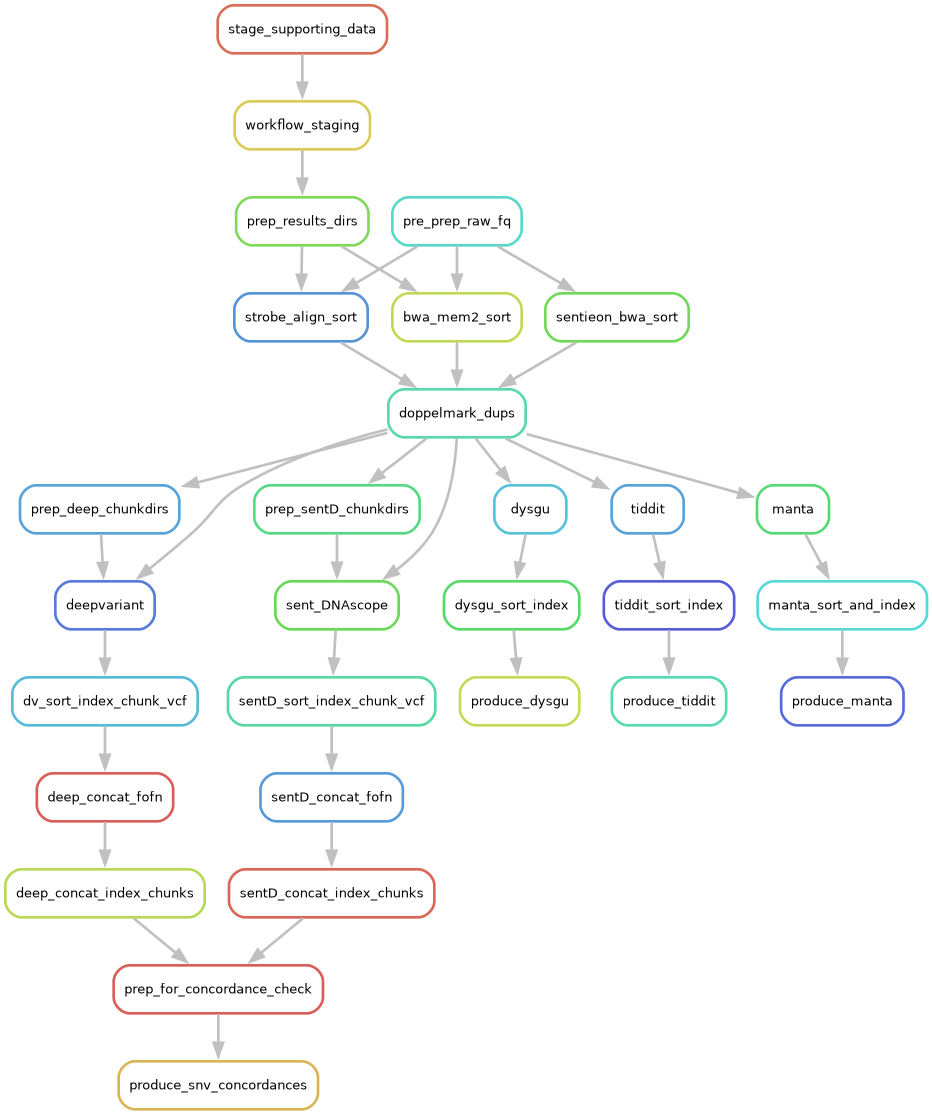
Daylily-Informatics/daylily keeps this Graphviz diagram as rule_dag.png. Above is the earlier version. Its source is kept beside it as rule_dag.dot.
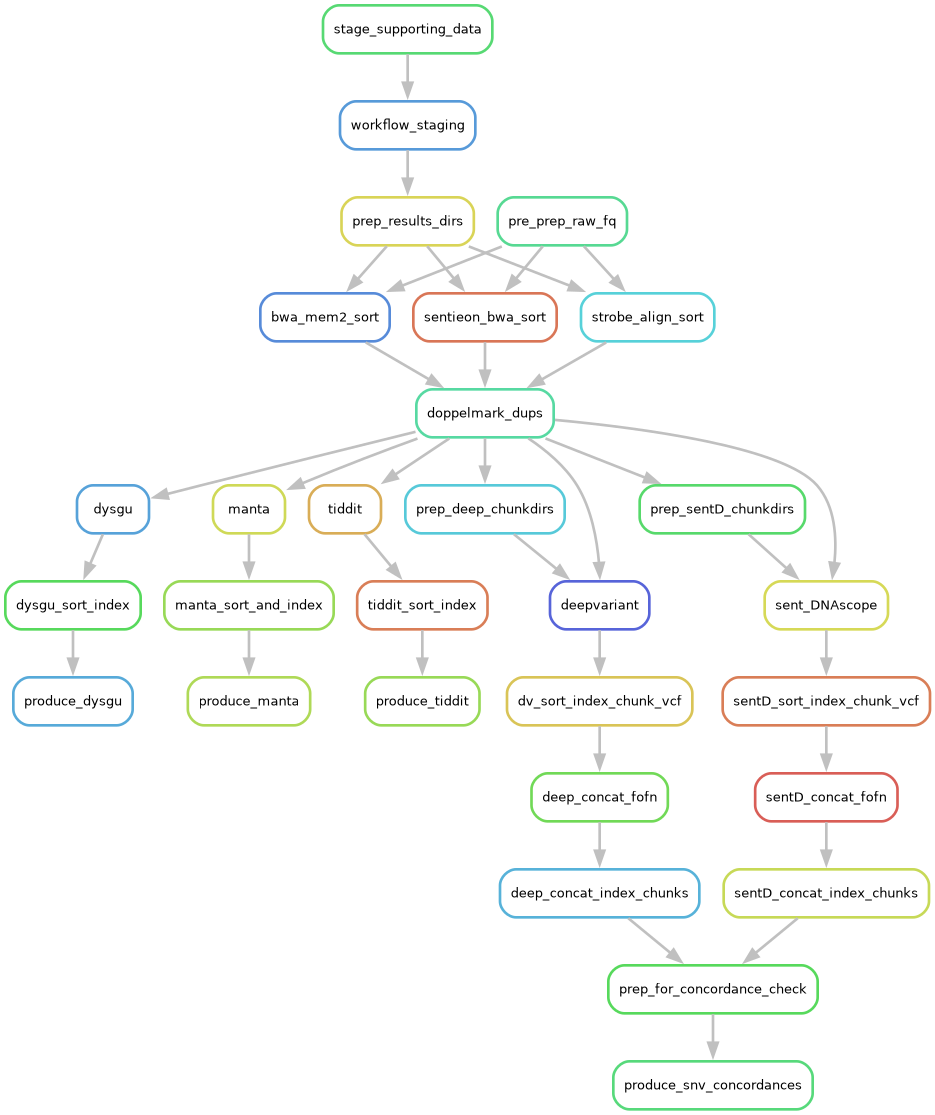
Above is the later version.

Diff of the diagram source:
```diff
@@ -2,67 +2,68 @@
     graph[bgcolor=white, margin=0];
     node[shape=box, style=rounded, fontname=sans,                 fontsize=10, penwidth=2];
     edge[penwidth=2, color=grey];
-	0[label = "produce_snv_concordances", color = "0.12 0.6 0.85", style="rounded"];
-	1[label = "prep_for_concordance_check", color = "0.01 0.6 0.85", style="rounded"];
-	2[label = "deep_concat_index_chunks", color = "0.21 0.6 0.85", style="rounded"];
-	3[label = "deep_concat_fofn", color = "0.01 0.6 0.85", style="rounded"];
-	4[label = "dv_sort_index_chunk_vcf", color = "0.54 0.6 0.85", style="rounded"];
-	5[label = "deepvariant", color = "0.62 0.6 0.85", style="rounded"];
-	6[label = "doppelmark_dups", color = "0.44 0.6 0.85", style="rounded"];
-	7[label = "bwa_mem2_sort", color = "0.20 0.6 0.85", style="rounded"];
-	8[label = "prep_results_dirs", color = "0.28 0.6 0.85", style="rounded"];
-	9[label = "workflow_staging", color = "0.15 0.6 0.85", style="rounded"];
-	10[label = "stage_supporting_data", color = "0.03 0.6 0.85", style="rounded"];
-	11[label = "pre_prep_raw_fq", color = "0.48 0.6 0.85", style="rounded"];
-	12[label = "prep_deep_chunkdirs", color = "0.57 0.6 0.85", style="rounded"];
-	13[label = "sentD_concat_index_chunks", color = "0.02 0.6 0.85", style="rounded"];
-	14[label = "sentD_concat_fofn", color = "0.58 0.6 0.85", style="rounded"];
-	15[label = "sentD_sort_index_chunk_vcf", color = "0.43 0.6 0.85", style="rounded"];
-	16[label = "sent_DNAscope", color = "0.31 0.6 0.85", style="rounded"];
-	17[label = "prep_sentD_chunkdirs", color = "0.39 0.6 0.85", style="rounded"];
-	18[label = "sentieon_bwa_sort", color = "0.30 0.6 0.85", style="rounded"];
-	19[label = "strobe_align_sort", color = "0.59 0.6 0.85", style="rounded"];
-	20[label = "produce_dysgu", color = "0.19 0.6 0.85", style="rounded"];
-	21[label = "dysgu_sort_index", color = "0.36 0.6 0.85", style="rounded"];
-	22[label = "dysgu", color = "0.53 0.6 0.85", style="rounded"];
-	23[label = "produce_tiddit", color = "0.45 0.6 0.85", style="rounded"];
-	24[label = "tiddit_sort_index", color = "0.66 0.6 0.85", style="rounded"];
-	25[label = "tiddit", color = "0.57 0.6 0.85", style="rounded"];
-	26[label = "produce_manta", color = "0.64 0.6 0.85", style="rounded"];
-	27[label = "manta_sort_and_index", color = "0.50 0.6 0.85", style="rounded"];
-	28[label = "manta", color = "0.37 0.6 0.85", style="rounded"];
+	0[label = "produce_dysgu", color = "0.56 0.6 0.85", style="rounded"];
+	1[label = "dysgu_sort_index", color = "0.34 0.6 0.85", style="rounded"];
+	2[label = "dysgu", color = "0.57 0.6 0.85", style="rounded"];
+	3[label = "doppelmark_dups", color = "0.43 0.6 0.85", style="rounded"];
+	4[label = "bwa_mem2_sort", color = "0.60 0.6 0.85", style="rounded"];
+	5[label = "prep_results_dirs", color = "0.16 0.6 0.85", style="rounded"];
+	6[label = "workflow_staging", color = "0.58 0.6 0.85", style="rounded"];
+	7[label = "stage_supporting_data", color = "0.37 0.6 0.85", style="rounded"];
+	8[label = "pre_prep_raw_fq", color = "0.41 0.6 0.85", style="rounded"];
+	9[label = "sentieon_bwa_sort", color = "0.04 0.6 0.85", style="rounded"];
+	10[label = "strobe_align_sort", color = "0.51 0.6 0.85", style="rounded"];
+	11[label = "produce_manta", color = "0.22 0.6 0.85", style="rounded"];
+	12[label = "manta_sort_and_index", color = "0.25 0.6 0.85", style="rounded"];
+	13[label = "manta", color = "0.18 0.6 0.85", style="rounded"];
+	14[label = "produce_tiddit", color = "0.25 0.6 0.85", style="rounded"];
+	15[label = "tiddit_sort_index", color = "0.05 0.6 0.85", style="rounded"];
+	16[label = "tiddit", color = "0.11 0.6 0.85", style="rounded"];
+	17[label = "produce_snv_concordances", color = "0.38 0.6 0.85", style="rounded"];
+	18[label = "prep_for_concordance_check", color = "0.34 0.6 0.85", style="rounded"];
+	19[label = "deep_concat_index_chunks", color = "0.55 0.6 0.85", style="rounded"];
+	20[label = "deep_concat_fofn", color = "0.30 0.6 0.85", style="rounded"];
+	21[label = "dv_sort_index_chunk_vcf", color = "0.14 0.6 0.85", style="rounded"];
+	22[label = "deepvariant", color = "0.65 0.6 0.85", style="rounded"];
+	23[label = "prep_deep_chunkdirs", color = "0.52 0.6 0.85", style="rounded"];
+	24[label = "sentD_concat_index_chunks", color = "0.19 0.6 0.85", style="rounded"];
+	25[label = "sentD_concat_fofn", color = "0.01 0.6 0.85", style="rounded"];
+	26[label = "sentD_sort_index_chunk_vcf", color = "0.05 0.6 0.85", style="rounded"];
+	27[label = "sent_DNAscope", color = "0.17 0.6 0.85", style="rounded"];
+	28[label = "prep_sentD_chunkdirs", color = "0.36 0.6 0.85", style="rounded"];
 	1 -> 0
 	2 -> 1
-	13 -> 1
 	3 -> 2
+	9 -> 3
+	10 -> 3
 	4 -> 3
+	8 -> 4
 	5 -> 4
 	6 -> 5
-	12 -> 5
 	7 -> 6
-	18 -> 6
-	19 -> 6
-	11 -> 7
-	8 -> 7
-	9 -> 8
-	10 -> 9
-	6 -> 12
-	14 -> 13
+	8 -> 9
+	5 -> 9
+	8 -> 10
+	5 -> 10
+	12 -> 11
+	13 -> 12
+	3 -> 13
 	15 -> 14
 	16 -> 15
-	17 -> 16
-	6 -> 16
-	6 -> 17
-	11 -> 18
-	11 -> 19
-	8 -> 19
+	3 -> 16
+	18 -> 17
+	19 -> 18
+	24 -> 18
+	20 -> 19
 	21 -> 20
 	22 -> 21
-	6 -> 22
-	24 -> 23
+	3 -> 22
+	23 -> 22
+	3 -> 23
 	25 -> 24
-	6 -> 25
+	26 -> 25
 	27 -> 26
+	3 -> 27
 	28 -> 27
-	6 -> 28
+	3 -> 28
 }
```
